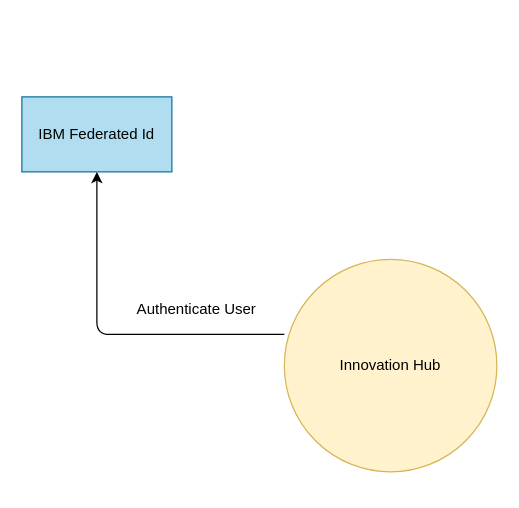
Before: System_Context_Innovation_Hub.drawio in bhagyaravi/knative-ocp-3.11, a draw.io diagram. Source tidied: cells renumbered, new cells numbered last; positions are measured from the earlier drawing's top-left corner, leaving out a move shared by most shapes. Both pictures are drawn from the tidied source at 125%, with x=0, y=0 at pixel (21, 96).
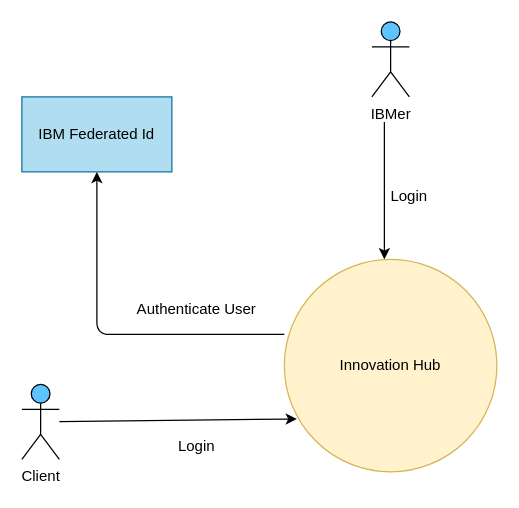
The same diagram, later.

Diff of the diagram source:
```diff
@@
 <mxGraphModel>
   <root>
     <mxCell id="0" />
     <mxCell id="1" parent="0" />
     <mxCell id="2" value="Innovation Hub" style="ellipse;whiteSpace=wrap;html=1;fillColor=#fff2cc;strokeColor=#d6b656;" parent="1" vertex="1">
       <mxGeometry x="210" y="130" width="170" height="170" as="geometry" />
     </mxCell>
     <mxCell id="3" value="IBM Federated Id" style="rounded=0;whiteSpace=wrap;html=1;fillColor=#b1ddf0;strokeColor=#10739e;" parent="1" vertex="1">
       <mxGeometry width="120" height="60" as="geometry" />
     </mxCell>
     <mxCell id="4" style="edgeStyle=segmentEdgeStyle;endArrow=classic;html=1;exitX=0;exitY=0.353;exitDx=0;exitDy=0;exitPerimeter=0;" parent="1" edge="1" source="2" target="3">
       <mxGeometry relative="1" as="geometry" />
     </mxCell>
     <mxCell id="5" value="Authenticate User" style="text;html=1;strokeColor=none;fillColor=none;align=center;verticalAlign=middle;whiteSpace=wrap;rounded=0;" parent="1" vertex="1">
       <mxGeometry x="90" y="160" width="100" height="20" as="geometry" />
     </mxCell>
+    <mxCell id="6" value="IBMer" style="shape=umlActor;verticalLabelPosition=bottom;verticalAlign=top;html=1;fillColor=#5EC4FF;" parent="1" vertex="1">
+      <mxGeometry x="280" y="-60" width="30" height="60" as="geometry" />
+    </mxCell>
+    <mxCell id="7" style="edgeStyle=segmentEdgeStyle;endArrow=none;html=1;startArrow=classic;startFill=1;endFill=0;" parent="1" edge="1">
+      <mxGeometry relative="1" as="geometry">
+        <mxPoint x="290" y="130" as="sourcePoint" />
+        <mxPoint x="290" y="20" as="targetPoint" />
+      </mxGeometry>
+    </mxCell>
+    <mxCell id="8" value="Login" style="text;html=1;strokeColor=none;fillColor=none;align=center;verticalAlign=middle;whiteSpace=wrap;rounded=0;" parent="1" vertex="1">
+      <mxGeometry x="260" y="70" width="100" height="20" as="geometry" />
+    </mxCell>
+    <mxCell id="9" value="Client" style="shape=umlActor;verticalLabelPosition=bottom;verticalAlign=top;html=1;outlineConnect=0;fillColor=#5EC4FF;" parent="1" vertex="1">
+      <mxGeometry y="230" width="30" height="60" as="geometry" />
+    </mxCell>
+    <mxCell id="10" style="endArrow=classic;html=1;entryX=0.059;entryY=0.751;entryDx=0;entryDy=0;entryPerimeter=0;" parent="1" edge="1" source="9" target="2">
+      <mxGeometry relative="1" as="geometry" />
+    </mxCell>
+    <mxCell id="11" value="Login" style="text;html=1;strokeColor=none;fillColor=none;align=center;verticalAlign=middle;whiteSpace=wrap;rounded=0;" parent="1" vertex="1">
+      <mxGeometry x="90" y="270" width="100" height="20" as="geometry" />
+    </mxCell>
   </root>
 </mxGraphModel>
```
